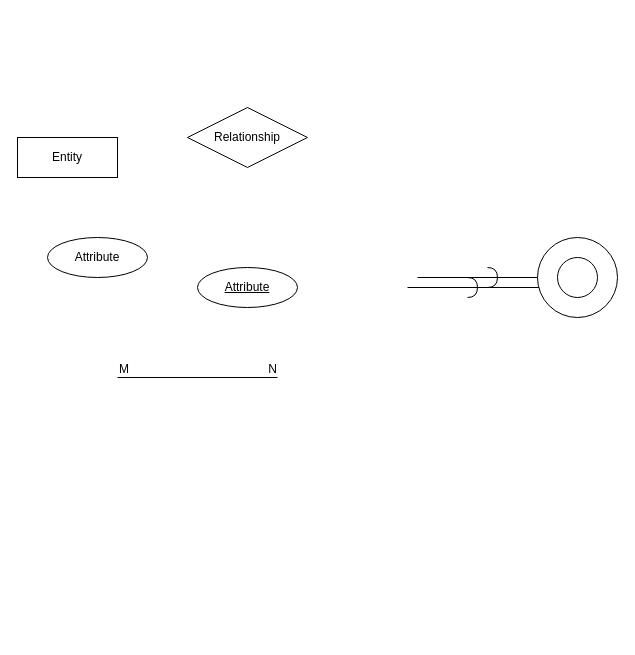
Before: Datenbanken.drawio in mertoo36/Web-Programmierung, a draw.io diagram. Source tidied: cells renumbered, new cells numbered last; positions are measured from the earlier drawing's top-left corner, leaving out a move shared by most shapes. Both pictures are drawn from the tidied source at 100%, with x=0, y=0 at pixel (17, 107).
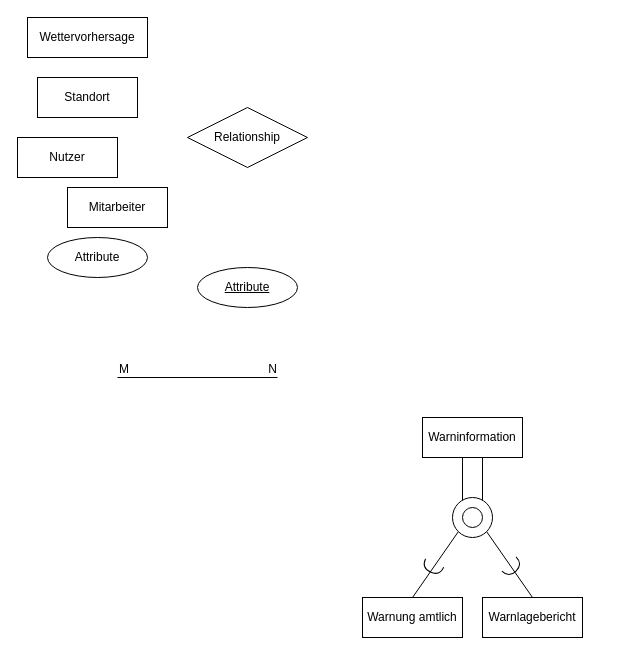
Above is the later version.

Change to the diagram source:
```diff
@@
+    <mxCell id="15" style="shape=partialRectangle;whiteSpace=wrap;html=1;left=0;right=0;fillColor=none;strokeColor=default;fontFamily=Helvetica;fontSize=12;fontColor=default;rotation=90;" parent="1" vertex="1">
+      <mxGeometry x="430" y="365" width="50" height="20" as="geometry" />
+    </mxCell>
@@
-    <mxCell id="5" style="endArrow=none;html=1;rounded=0;" parent="1" edge="1" target="7">
-      <mxGeometry relative="1" as="geometry">
-        <mxPoint x="400" y="170" as="sourcePoint" />
-      </mxGeometry>
+    <mxCell id="5" style="endArrow=none;html=1;rounded=0;entryX=0.5;entryY=0;entryDx=0;entryDy=0;exitX=1;exitY=1;exitDx=0;exitDy=0;" parent="1" edge="1" source="7" target="21">
+      <mxGeometry relative="1" as="geometry" />
     </mxCell>
-    <mxCell id="6" style="endArrow=none;html=1;rounded=0;" parent="1" edge="1">
-      <mxGeometry relative="1" as="geometry">
-        <mxPoint x="390" y="180" as="sourcePoint" />
-        <mxPoint x="550" y="180" as="targetPoint" />
-      </mxGeometry>
+    <mxCell id="6" style="endArrow=none;html=1;rounded=0;entryX=0.5;entryY=0;entryDx=0;entryDy=0;exitX=0;exitY=1;exitDx=0;exitDy=0;" parent="1" edge="1" source="7" target="18">
+      <mxGeometry relative="1" as="geometry" />
     </mxCell>
     <mxCell id="7" style="ellipse;whiteSpace=wrap;html=1;" parent="1" vertex="1">
-      <mxGeometry x="520" y="130" width="80" height="80" as="geometry" />
+      <mxGeometry x="435" y="390" width="40" height="40" as="geometry" />
     </mxCell>
     <mxCell id="8" style="ellipse;whiteSpace=wrap;html=1;" parent="1" vertex="1">
-      <mxGeometry x="540" y="150" width="40" height="40" as="geometry" />
+      <mxGeometry x="445" y="400" width="20" height="20" as="geometry" />
     </mxCell>
-    <mxCell id="9" value="Entity" style="whiteSpace=wrap;html=1;align=center;" parent="1" vertex="1">
+    <mxCell id="9" value="Nutzer" style="whiteSpace=wrap;html=1;align=center;" parent="1" vertex="1">
       <mxGeometry y="30" width="100" height="40" as="geometry" />
     </mxCell>
@@
-    <mxCell id="11" style="shape=requiredInterface;html=1;verticalLabelPosition=bottom;sketch=0;" parent="1" vertex="1">
-      <mxGeometry x="450" y="170" width="10" height="20" as="geometry" />
-    </mxCell>
-    <mxCell id="12" style="shape=requiredInterface;html=1;verticalLabelPosition=bottom;sketch=0;" parent="1" vertex="1">
-      <mxGeometry x="470" y="160" width="10" height="20" as="geometry" />
-    </mxCell>
@@
+    <mxCell id="16" value="Wettervorhersage" style="whiteSpace=wrap;html=1;align=center;" parent="1" vertex="1">
+      <mxGeometry x="10" y="-90" width="120" height="40" as="geometry" />
+    </mxCell>
+    <mxCell id="17" value="Warninformation" style="whiteSpace=wrap;html=1;align=center;" parent="1" vertex="1">
+      <mxGeometry x="405" y="310" width="100" height="40" as="geometry" />
+    </mxCell>
+    <mxCell id="18" value="Warnung amtlich" style="whiteSpace=wrap;html=1;align=center;" parent="1" vertex="1">
+      <mxGeometry x="345" y="490" width="100" height="40" as="geometry" />
+    </mxCell>
+    <mxCell id="19" value="Mitarbeiter" style="whiteSpace=wrap;html=1;align=center;" parent="1" vertex="1">
+      <mxGeometry x="50" y="80" width="100" height="40" as="geometry" />
+    </mxCell>
+    <mxCell id="20" value="Standort" style="whiteSpace=wrap;html=1;align=center;" parent="1" vertex="1">
+      <mxGeometry x="20" y="-30" width="100" height="40" as="geometry" />
+    </mxCell>
+    <mxCell id="21" value="Warnlagebericht" style="whiteSpace=wrap;html=1;align=center;" parent="1" vertex="1">
+      <mxGeometry x="465" y="490" width="100" height="40" as="geometry" />
+    </mxCell>
+    <mxCell id="22" style="shape=requiredInterface;html=1;verticalLabelPosition=bottom;sketch=0;strokeColor=default;fontFamily=Helvetica;fontSize=12;fontColor=default;fillColor=default;rotation=115;" parent="1" vertex="1">
+      <mxGeometry x="410" y="450" width="10" height="20" as="geometry" />
+    </mxCell>
+    <mxCell id="23" style="shape=requiredInterface;html=1;verticalLabelPosition=bottom;sketch=0;strokeColor=default;fontFamily=Helvetica;fontSize=12;fontColor=default;fillColor=default;rotation=45;" parent="1" vertex="1">
+      <mxGeometry x="490" y="450" width="10" height="20" as="geometry" />
+    </mxCell>
```
